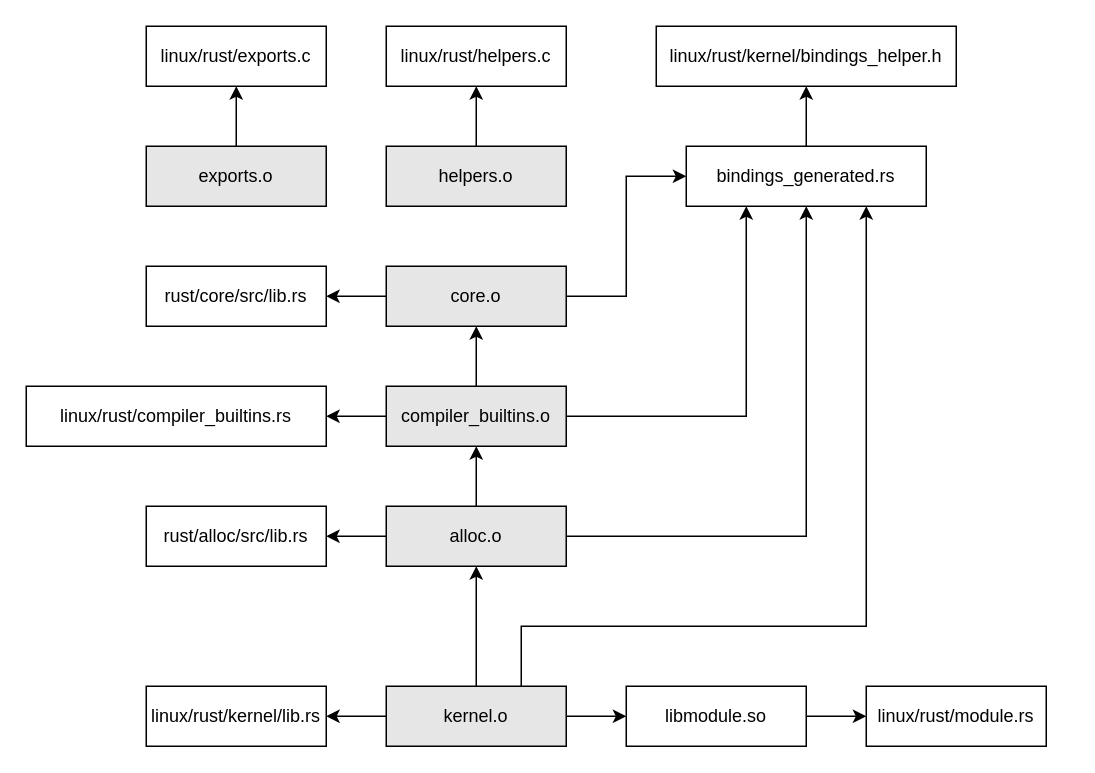
This is Docs/dependency_graph.drawio from d0u9/Linux-Device-Driver-Rust, a draw.io file, before an edit. Source tidied: cells renumbered, new cells numbered last; positions are measured from the earlier drawing's top-left corner, leaving out a move shared by most shapes. Both pictures are drawn from the tidied source at 150%, with x=0, y=0 at pixel (26, 26).
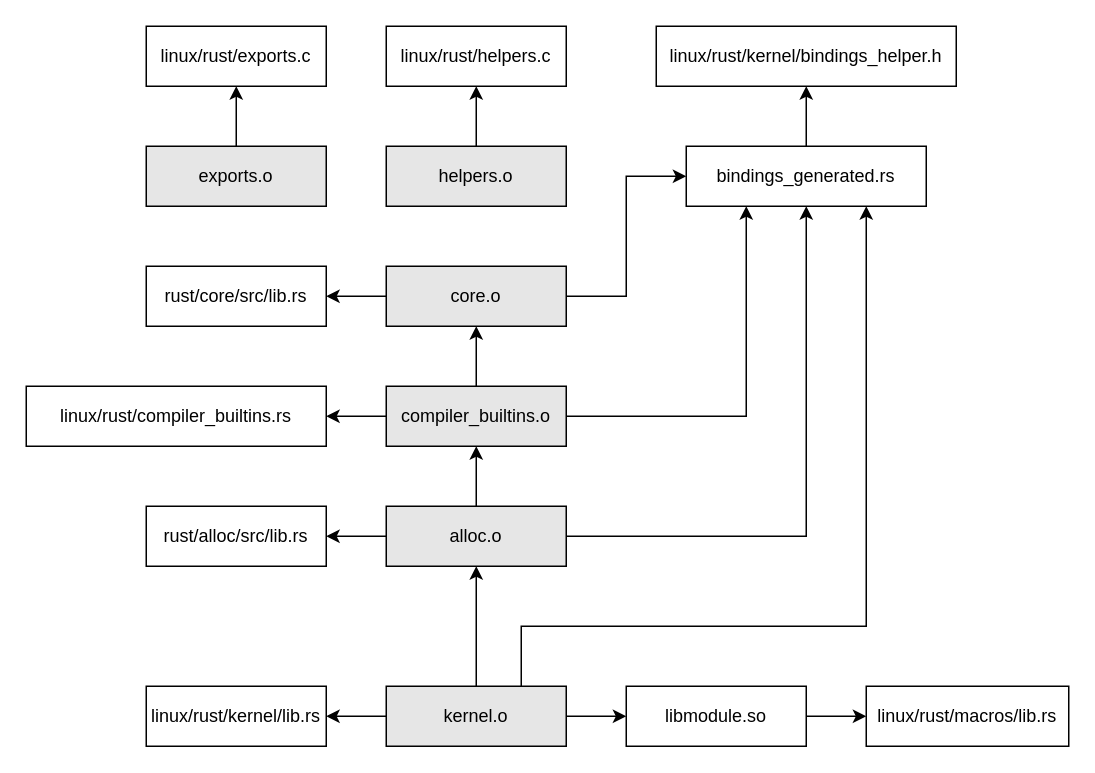
The same page after the edit.

Commit message (it also covers changes not shown here):
03-Rust_build_processes_in_kernel

Change to the diagram source:
```diff
@@
-    <mxCell id="27" value="linux/rust/module.rs" style="rounded=0;whiteSpace=wrap;html=1;" parent="1" vertex="1">
-      <mxGeometry x="560" y="440" width="120" height="40" as="geometry" />
+    <mxCell id="27" value="linux/rust/macros/lib.rs" style="rounded=0;whiteSpace=wrap;html=1;" parent="1" vertex="1">
+      <mxGeometry x="560" y="440" width="135" height="40" as="geometry" />
     </mxCell>
```
